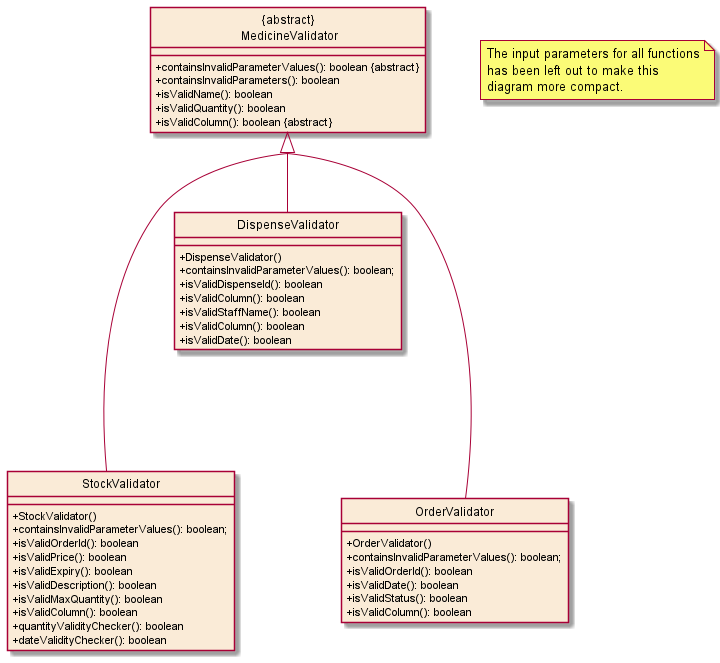
Before: docs/diagrams/diagram_images/ValidatorClassDiagram.png, a diagram exported from PlantUML (nus-cs2113-AY2122S1/tp).
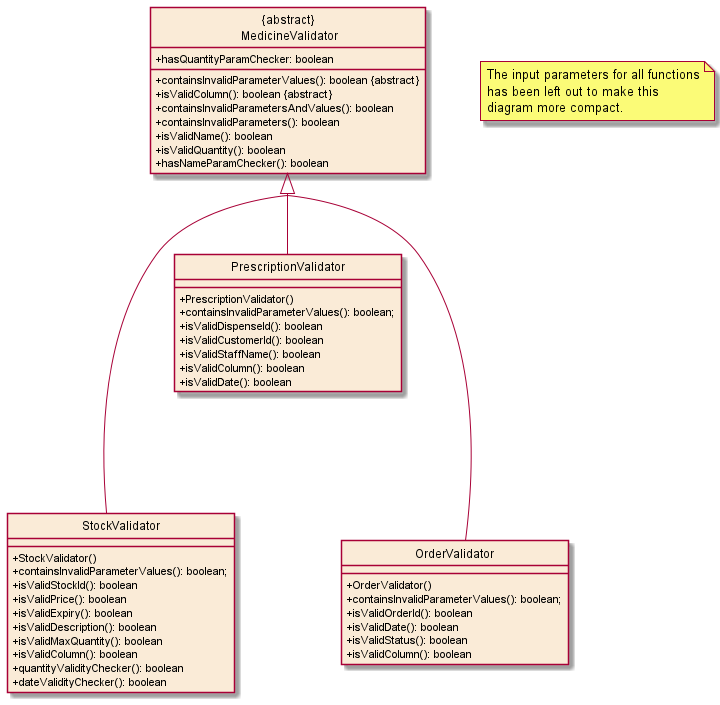
The same diagram one commit later.

The edit, as a diff of the source:
```diff
@@ -9,16 +9,19 @@
 
 class "{abstract}\n MedicineValidator"{
     +containsInvalidParameterValues(): boolean &#123;abstract&#125;
+    +isValidColumn(): boolean &#123;abstract&#125;
+    +containsInvalidParametersAndValues(): boolean
     +containsInvalidParameters(): boolean
     +isValidName(): boolean
     +isValidQuantity(): boolean
-    +isValidColumn(): boolean &#123;abstract&#125;
+    +hasNameParamChecker(): boolean
+    +hasQuantityParamChecker: boolean
 }
 
 class "StockValidator"{
     +StockValidator()
     +containsInvalidParameterValues(): boolean;
-    +isValidOrderId(): boolean
+    +isValidStockId(): boolean
     +isValidPrice(): boolean
     +isValidExpiry(): boolean
     +isValidDescription(): boolean
@@ -28,11 +31,11 @@
     +dateValidityChecker(): boolean
 }
 
-class "DispenseValidator"{
-    +DispenseValidator()
+class "PrescriptionValidator"{
+    +PrescriptionValidator()
     +containsInvalidParameterValues(): boolean;
     +isValidDispenseId(): boolean
-    +isValidColumn(): boolean
+    +isValidCustomerId(): boolean
     +isValidStaffName(): boolean
     +isValidColumn(): boolean
     +isValidDate(): boolean
@@ -48,7 +51,7 @@
 }
 
 "{abstract}\n MedicineValidator" <|---- "StockValidator"
-"{abstract}\n MedicineValidator" <|-- "DispenseValidator"
+"{abstract}\n MedicineValidator" <|-- "PrescriptionValidator"
 "{abstract}\n MedicineValidator" <|---- "OrderValidator"
 
 note "The input parameters for all functions\nhas been left out to make this\ndiagram more compact." as n1
```
